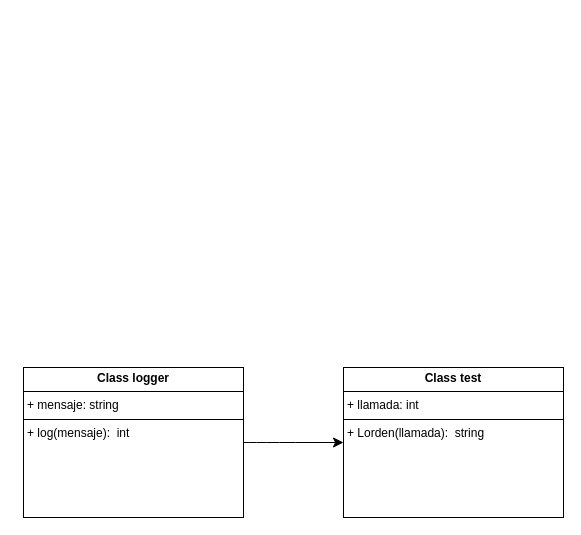
Alfonso18Feb/Classes-POO.Ind1 keeps this draw.io diagram as logger.drawio. Above is the earlier version. Source tidied: cells renumbered, new cells numbered last; positions are measured from the earlier drawing's top-left corner, leaving out a move shared by most shapes. Both pictures are drawn from the tidied source at 100%, with x=0, y=0 at pixel (23, 367).
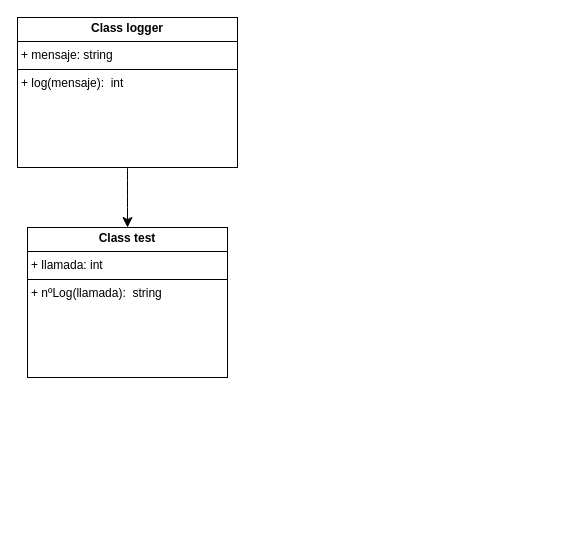
Above is the later version.

What changed in the source:
```diff
@@
 <mxGraphModel>
   <root>
     <mxCell id="0" />
     <mxCell id="1" parent="0" />
-    <mxCell id="2" style="edgeStyle=none;curved=1;rounded=0;jettySize=auto;html=1;exitX=1;exitY=0.5;exitDx=0;exitDy=0;entryX=0;entryY=0.5;entryDx=0;entryDy=0;fontSize=12;startSize=8;endSize=8;" parent="1" edge="1" source="3" target="4">
+    <mxCell id="2" style="edgeStyle=none;curved=1;rounded=0;jettySize=auto;html=1;exitX=0.5;exitY=1;exitDx=0;exitDy=0;entryX=0.5;entryY=0;entryDx=0;entryDy=0;fontSize=12;startSize=8;endSize=8;" parent="1" edge="1" source="3" target="4">
       <mxGeometry relative="1" as="geometry" />
     </mxCell>
     <mxCell id="3" value="&lt;p style=&quot;margin:0px;margin-top:4px;text-align:center;&quot;&gt;&lt;b&gt;Class logger&lt;/b&gt;&lt;/p&gt;&lt;hr size=&quot;1&quot; style=&quot;border-style:solid;&quot;&gt;&lt;p style=&quot;margin:0px;margin-left:4px;&quot;&gt;+ mensaje: string&lt;/p&gt;&lt;hr size=&quot;1&quot; style=&quot;border-style:solid;&quot;&gt;&lt;p style=&quot;margin:0px;margin-left:4px;&quot;&gt;+ log(mensaje):&amp;nbsp; int&lt;/p&gt;" style="verticalAlign=top;align=left;overflow=fill;html=1;whiteSpace=wrap;" parent="1" vertex="1">
-      <mxGeometry width="220" height="150" as="geometry" />
+      <mxGeometry x="-6" y="-350" width="220" height="150" as="geometry" />
     </mxCell>
-    <mxCell id="4" value="&lt;p style=&quot;margin:0px;margin-top:4px;text-align:center;&quot;&gt;&lt;b&gt;Class test&lt;/b&gt;&lt;/p&gt;&lt;hr size=&quot;1&quot; style=&quot;border-style:solid;&quot;&gt;&lt;p style=&quot;margin:0px;margin-left:4px;&quot;&gt;+ llamada: int&lt;/p&gt;&lt;hr size=&quot;1&quot; style=&quot;border-style:solid;&quot;&gt;&lt;p style=&quot;margin:0px;margin-left:4px;&quot;&gt;+ Lorden(llamada):&amp;nbsp; string&lt;/p&gt;" style="verticalAlign=top;align=left;overflow=fill;html=1;whiteSpace=wrap;" parent="1" vertex="1">
-      <mxGeometry x="320" width="220" height="150" as="geometry" />
+    <mxCell id="4" value="&lt;p style=&quot;margin:0px;margin-top:4px;text-align:center;&quot;&gt;&lt;b&gt;Class test&lt;/b&gt;&lt;/p&gt;&lt;hr size=&quot;1&quot; style=&quot;border-style:solid;&quot;&gt;&lt;p style=&quot;margin:0px;margin-left:4px;&quot;&gt;+ llamada: int&lt;/p&gt;&lt;hr size=&quot;1&quot; style=&quot;border-style:solid;&quot;&gt;&lt;p style=&quot;margin:0px;margin-left:4px;&quot;&gt;+ nºLog(llamada):&amp;nbsp; string&lt;/p&gt;" style="verticalAlign=top;align=left;overflow=fill;html=1;whiteSpace=wrap;" parent="1" vertex="1">
+      <mxGeometry x="4" y="-140" width="200" height="150" as="geometry" />
     </mxCell>
   </root>
 </mxGraphModel>
```
